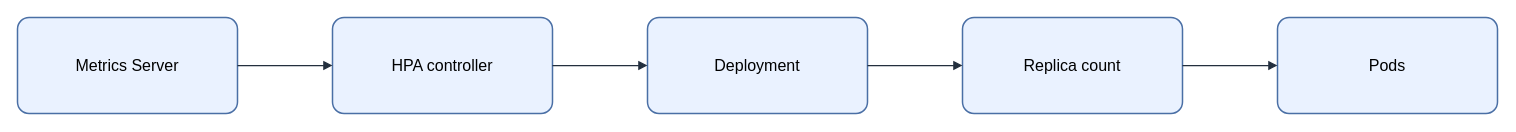
This is assets/img/kubernetes/horizontal-pod-autoscaling.drawio from KKamJi98/kkamji98.github.io, a draw.io file, before an edit. Source tidied: cells renumbered, new cells numbered last; positions are measured from the earlier drawing's top-left corner, leaving out a move shared by most shapes. Both pictures are drawn from the tidied source at 100%, with x=0, y=0 at pixel (17, 17).
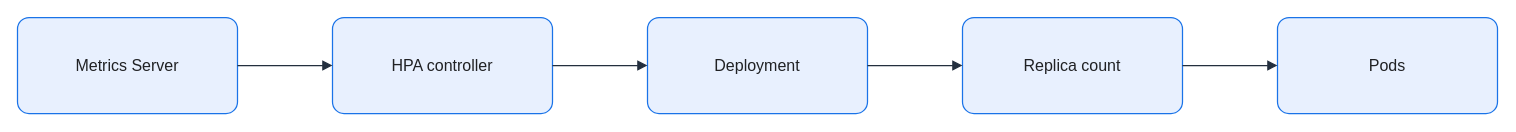
Above is the later version.

Change to the diagram source:
```diff
@@
 <mxGraphModel background="#FFFFFF">
   <root>
     <mxCell id="0" />
     <mxCell id="1" parent="0" />
-    <mxCell id="2" value="Metrics Server" style="rounded=1;arcSize=12;whiteSpace=wrap;html=0;fillColor=#EAF2FF;strokeColor=#4A6FA5;strokeWidth=1.5;fontColor=#000000;fontSize=16;align=center;verticalAlign=middle;spacing=8;shadow=0;" parent="1" vertex="1">
+    <mxCell id="2" value="Metrics Server" style="rounded=1;arcSize=12;whiteSpace=wrap;html=0;fillColor=#E8F0FE;strokeColor=#1A73E8;strokeWidth=1.25;fontColor=#202124;fontSize=16;align=center;verticalAlign=middle;spacing=8;shadow=0;" parent="1" vertex="1">
       <mxGeometry width="220" height="96" as="geometry" />
     </mxCell>
-    <mxCell id="3" value="HPA controller" style="rounded=1;arcSize=12;whiteSpace=wrap;html=0;fillColor=#EAF2FF;strokeColor=#4A6FA5;strokeWidth=1.5;fontColor=#000000;fontSize=16;align=center;verticalAlign=middle;spacing=8;shadow=0;" parent="1" vertex="1">
+    <mxCell id="3" value="HPA controller" style="rounded=1;arcSize=12;whiteSpace=wrap;html=0;fillColor=#E8F0FE;strokeColor=#1A73E8;strokeWidth=1.25;fontColor=#202124;fontSize=16;align=center;verticalAlign=middle;spacing=8;shadow=0;" parent="1" vertex="1">
       <mxGeometry x="315" width="220" height="96" as="geometry" />
     </mxCell>
-    <mxCell id="4" value="Deployment" style="rounded=1;arcSize=12;whiteSpace=wrap;html=0;fillColor=#EAF2FF;strokeColor=#4A6FA5;strokeWidth=1.5;fontColor=#000000;fontSize=16;align=center;verticalAlign=middle;spacing=8;shadow=0;" parent="1" vertex="1">
+    <mxCell id="4" value="Deployment" style="rounded=1;arcSize=12;whiteSpace=wrap;html=0;fillColor=#E8F0FE;strokeColor=#1A73E8;strokeWidth=1.25;fontColor=#202124;fontSize=16;align=center;verticalAlign=middle;spacing=8;shadow=0;" parent="1" vertex="1">
       <mxGeometry x="630" width="220" height="96" as="geometry" />
     </mxCell>
-    <mxCell id="5" value="Replica count" style="rounded=1;arcSize=12;whiteSpace=wrap;html=0;fillColor=#EAF2FF;strokeColor=#4A6FA5;strokeWidth=1.5;fontColor=#000000;fontSize=16;align=center;verticalAlign=middle;spacing=8;shadow=0;" parent="1" vertex="1">
+    <mxCell id="5" value="Replica count" style="rounded=1;arcSize=12;whiteSpace=wrap;html=0;fillColor=#E8F0FE;strokeColor=#1A73E8;strokeWidth=1.25;fontColor=#202124;fontSize=16;align=center;verticalAlign=middle;spacing=8;shadow=0;" parent="1" vertex="1">
       <mxGeometry x="945" width="220" height="96" as="geometry" />
     </mxCell>
-    <mxCell id="6" value="Pods" style="rounded=1;arcSize=12;whiteSpace=wrap;html=0;fillColor=#EAF2FF;strokeColor=#4A6FA5;strokeWidth=1.5;fontColor=#000000;fontSize=16;align=center;verticalAlign=middle;spacing=8;shadow=0;" parent="1" vertex="1">
+    <mxCell id="6" value="Pods" style="rounded=1;arcSize=12;whiteSpace=wrap;html=0;fillColor=#E8F0FE;strokeColor=#1A73E8;strokeWidth=1.25;fontColor=#202124;fontSize=16;align=center;verticalAlign=middle;spacing=8;shadow=0;" parent="1" vertex="1">
       <mxGeometry x="1260" width="220" height="96" as="geometry" />
     </mxCell>
-    <mxCell id="7" style="edgeStyle=orthogonalEdgeStyle;rounded=0;jettySize=auto;html=0;endArrow=block;endFill=1;strokeColor=#232F3E;strokeWidth=1.25;fontColor=#000000;labelBackgroundColor=none;exitX=1;exitY=0.5;exitDx=0;exitDy=0;entryX=0;entryY=0.5;entryDx=0;entryDy=0;" parent="1" edge="1" source="2" target="3">
+    <mxCell id="7" style="edgeStyle=orthogonalEdgeStyle;rounded=0;jettySize=auto;html=0;endArrow=block;endFill=1;strokeColor=#232F3E;strokeWidth=1.25;fontColor=#202124;labelBackgroundColor=none;exitX=1;exitY=0.5;exitDx=0;exitDy=0;entryX=0;entryY=0.5;entryDx=0;entryDy=0;endSize=7;" parent="1" edge="1" source="2" target="3">
       <mxGeometry relative="1" as="geometry" />
     </mxCell>
-    <mxCell id="8" style="edgeStyle=orthogonalEdgeStyle;rounded=0;jettySize=auto;html=0;endArrow=block;endFill=1;strokeColor=#232F3E;strokeWidth=1.25;fontColor=#000000;labelBackgroundColor=none;exitX=1;exitY=0.5;exitDx=0;exitDy=0;entryX=0;entryY=0.5;entryDx=0;entryDy=0;" parent="1" edge="1" source="3" target="4">
+    <mxCell id="8" style="edgeStyle=orthogonalEdgeStyle;rounded=0;jettySize=auto;html=0;endArrow=block;endFill=1;strokeColor=#232F3E;strokeWidth=1.25;fontColor=#202124;labelBackgroundColor=none;exitX=1;exitY=0.5;exitDx=0;exitDy=0;entryX=0;entryY=0.5;entryDx=0;entryDy=0;endSize=7;" parent="1" edge="1" source="3" target="4">
       <mxGeometry relative="1" as="geometry" />
     </mxCell>
-    <mxCell id="9" style="edgeStyle=orthogonalEdgeStyle;rounded=0;jettySize=auto;html=0;endArrow=block;endFill=1;strokeColor=#232F3E;strokeWidth=1.25;fontColor=#000000;labelBackgroundColor=none;exitX=1;exitY=0.5;exitDx=0;exitDy=0;entryX=0;entryY=0.5;entryDx=0;entryDy=0;" parent="1" edge="1" source="4" target="5">
+    <mxCell id="9" style="edgeStyle=orthogonalEdgeStyle;rounded=0;jettySize=auto;html=0;endArrow=block;endFill=1;strokeColor=#232F3E;strokeWidth=1.25;fontColor=#202124;labelBackgroundColor=none;exitX=1;exitY=0.5;exitDx=0;exitDy=0;entryX=0;entryY=0.5;entryDx=0;entryDy=0;endSize=7;" parent="1" edge="1" source="4" target="5">
       <mxGeometry relative="1" as="geometry" />
     </mxCell>
-    <mxCell id="10" style="edgeStyle=orthogonalEdgeStyle;rounded=0;jettySize=auto;html=0;endArrow=block;endFill=1;strokeColor=#232F3E;strokeWidth=1.25;fontColor=#000000;labelBackgroundColor=none;exitX=1;exitY=0.5;exitDx=0;exitDy=0;entryX=0;entryY=0.5;entryDx=0;entryDy=0;" parent="1" edge="1" source="5" target="6">
+    <mxCell id="10" style="edgeStyle=orthogonalEdgeStyle;rounded=0;jettySize=auto;html=0;endArrow=block;endFill=1;strokeColor=#232F3E;strokeWidth=1.25;fontColor=#202124;labelBackgroundColor=none;exitX=1;exitY=0.5;exitDx=0;exitDy=0;entryX=0;entryY=0.5;entryDx=0;entryDy=0;endSize=7;" parent="1" edge="1" source="5" target="6">
       <mxGeometry relative="1" as="geometry" />
     </mxCell>
   </root>
 </mxGraphModel>
```
